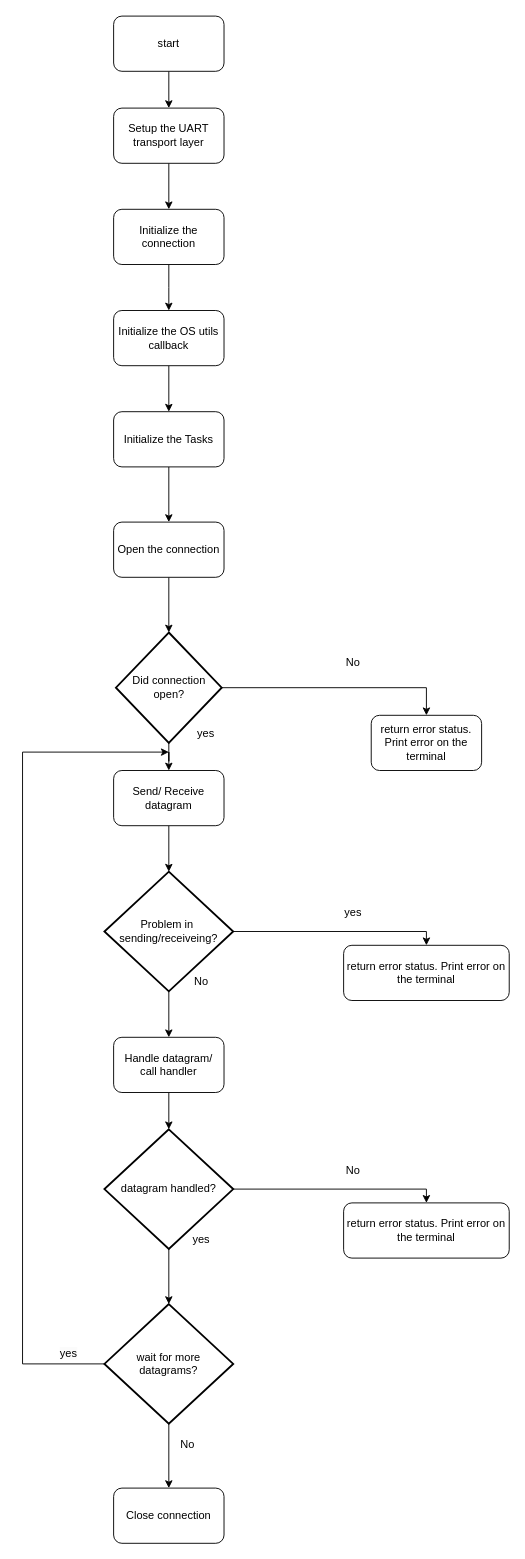
Before: page "flowchart_gp" (1 of 5) of Untitled Diagram.drawio in ApoorvSingh0009/master_thesis_related, a draw.io diagram. Source tidied: cells renumbered, new cells numbered last; positions are measured from the earlier drawing's top-left corner, leaving out a move shared by most shapes. Both pictures are drawn from the tidied source at 92%, with x=0, y=0 at pixel (22, 16).
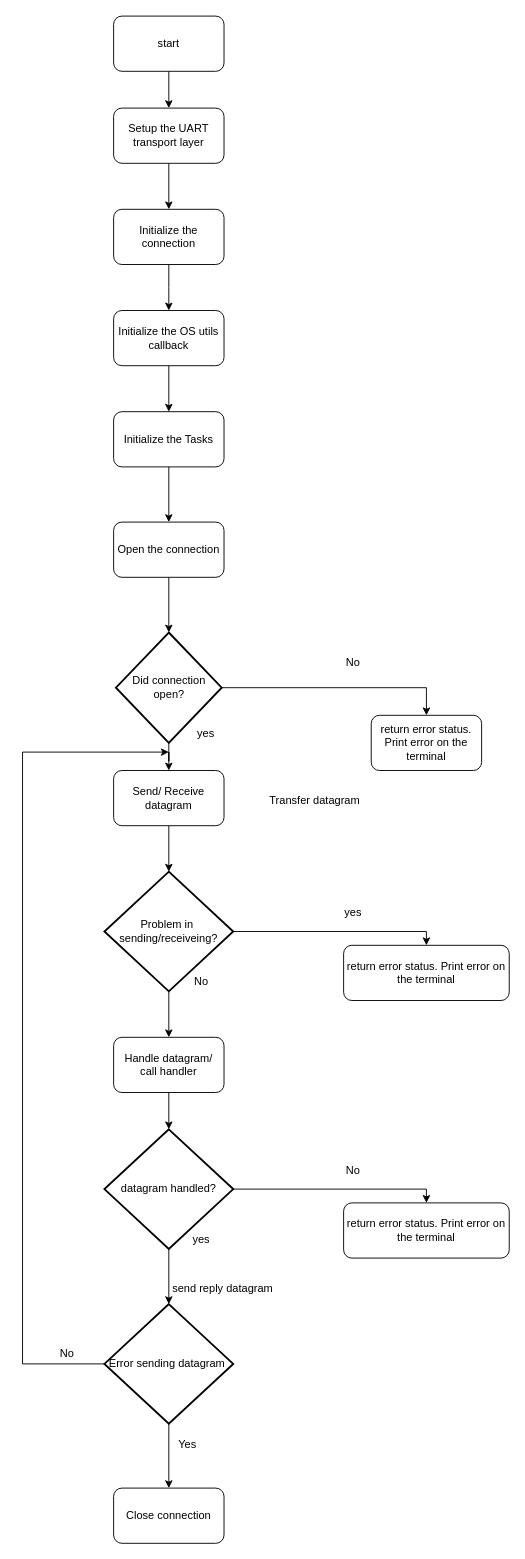
Above is the later version.

Change to the diagram source:
```diff
@@
-    <mxCell id="39" value="wait for more &lt;br&gt;datagrams?" style="strokeWidth=2;html=1;shape=mxgraph.flowchart.decision;whiteSpace=wrap;" parent="1" vertex="1">
+    <mxCell id="39" value="Error sending datagram&amp;nbsp;" style="strokeWidth=2;html=1;shape=mxgraph.flowchart.decision;whiteSpace=wrap;" parent="1" vertex="1">
       <mxGeometry x="89" y="1400" width="140" height="130" as="geometry" />
     </mxCell>
-    <mxCell id="40" value="&lt;span style=&quot;color: rgb(0, 0, 0); font-family: Helvetica; font-size: 12px; font-style: normal; font-variant-ligatures: normal; font-variant-caps: normal; font-weight: 400; letter-spacing: normal; orphans: 2; text-align: center; text-indent: 0px; text-transform: none; widows: 2; word-spacing: 0px; -webkit-text-stroke-width: 0px; background-color: rgb(251, 251, 251); text-decoration-thickness: initial; text-decoration-style: initial; text-decoration-color: initial; float: none; display: inline !important;&quot;&gt;yes&lt;/span&gt;" style="text;whiteSpace=wrap;html=1;" parent="1" vertex="1">
+    <mxCell id="40" value="&lt;span style=&quot;color: rgb(0, 0, 0); font-family: Helvetica; font-size: 12px; font-style: normal; font-variant-ligatures: normal; font-variant-caps: normal; font-weight: 400; letter-spacing: normal; orphans: 2; text-align: center; text-indent: 0px; text-transform: none; widows: 2; word-spacing: 0px; -webkit-text-stroke-width: 0px; background-color: rgb(251, 251, 251); text-decoration-thickness: initial; text-decoration-style: initial; text-decoration-color: initial; float: none; display: inline !important;&quot;&gt;No&lt;/span&gt;" style="text;whiteSpace=wrap;html=1;" parent="1" vertex="1">
       <mxGeometry x="39" y="1440" width="50" height="40" as="geometry" />
     </mxCell>
-    <mxCell id="41" value="No" style="text;html=1;align=center;verticalAlign=middle;strokeColor=none;fillColor=none;" parent="1" vertex="1">
+    <mxCell id="41" value="Yes" style="text;html=1;align=center;verticalAlign=middle;strokeColor=none;fillColor=none;" parent="1" vertex="1">
       <mxGeometry x="159" y="1538" width="40" height="30" as="geometry" />
     </mxCell>
+    <mxCell id="42" value="Transfer datagram&amp;nbsp;" style="text;html=1;align=center;verticalAlign=middle;strokeColor=none;fillColor=none;" parent="1" vertex="1">
+      <mxGeometry x="254" y="838" width="130" height="30" as="geometry" />
+    </mxCell>
+    <mxCell id="43" value="send reply datagram&amp;nbsp;" style="text;html=1;align=center;verticalAlign=middle;strokeColor=none;fillColor=none;" parent="1" vertex="1">
+      <mxGeometry x="149" y="1368" width="140" height="30" as="geometry" />
+    </mxCell>
```
